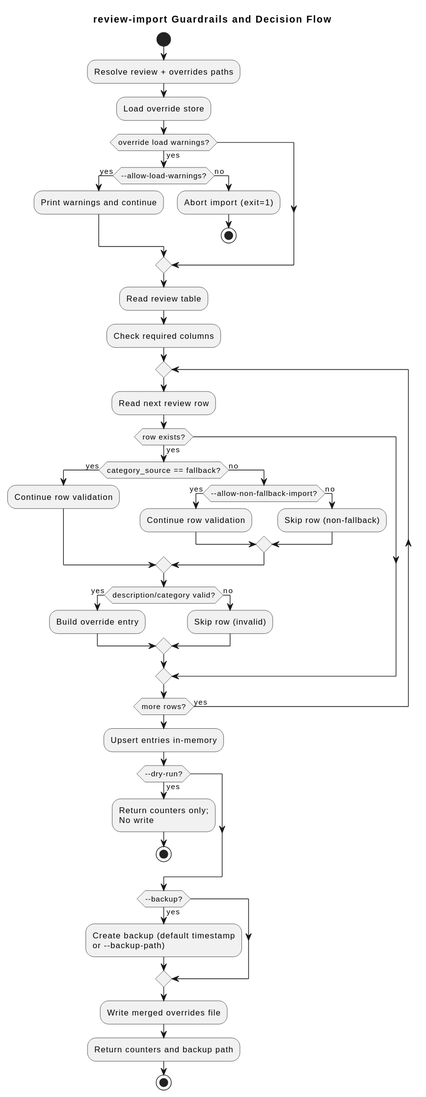
The PlantUML diagram docs/diagrams/categorization_review_import_guardrails.svg in JayTeeBat/FinanceTooling, before a commit. The source it was exported from:
```plantuml
@startuml
title review-import Guardrails and Decision Flow

start
:Resolve review + overrides paths;
:Load override store;

if (override load warnings?) then (yes)
  if (--allow-load-warnings?) then (yes)
    :Print warnings and continue;
  else (no)
    :Abort import (exit=1);
    stop
  endif
endif

:Read review table;
:Check required columns;

repeat
  :Read next review row;
  if (row exists?) then (yes)
    if (category_source == fallback?) then (yes)
      :Continue row validation;
    else (no)
      if (--allow-non-fallback-import?) then (yes)
        :Continue row validation;
      else (no)
        :Skip row (non-fallback);
      endif
    endif
    if (description/category valid?) then (yes)
      :Build override entry;
    else (no)
      :Skip row (invalid);
    endif
  endif
repeat while (more rows?) is (yes)

:Upsert entries in-memory;
if (--dry-run?) then (yes)
  :Return counters only;\nNo write;
  stop
endif

if (--backup?) then (yes)
  :Create backup (default timestamp\nor --backup-path);
endif

:Write merged overrides file;
:Return counters and backup path;
stop
@enduml
```
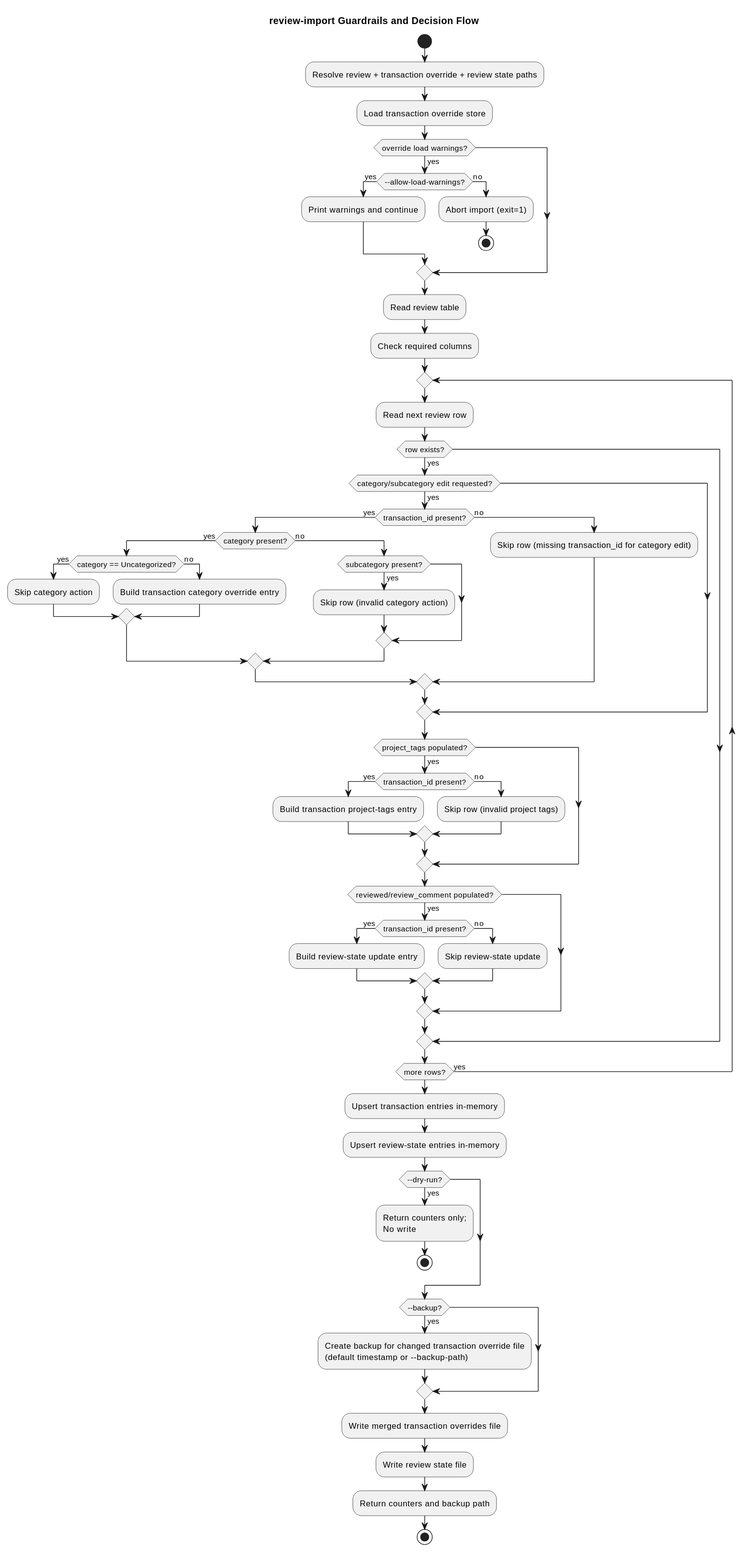
After the commit.

Change to the diagram source:
```diff
@@ -2,8 +2,8 @@
 title review-import Guardrails and Decision Flow
 
 start
-:Resolve review + overrides paths;
-:Load override store;
+:Resolve review + transaction override + review state paths;
+:Load transaction override store;
 
 if (override load warnings?) then (yes)
   if (--allow-load-warnings?) then (yes)
@@ -20,34 +20,55 @@
 repeat
   :Read next review row;
   if (row exists?) then (yes)
-    if (category_source == fallback?) then (yes)
-      :Continue row validation;
-    else (no)
-      if (--allow-non-fallback-import?) then (yes)
-        :Continue row validation;
+    if (category/subcategory edit requested?) then (yes)
+      if (transaction_id present?) then (yes)
+        if (category present?) then (yes)
+          if (category == Uncategorized?) then (yes)
+            :Skip category action;
+          else (no)
+            :Build transaction category override entry;
+          endif
+        else (no)
+          if (subcategory present?) then (yes)
+            :Skip row (invalid category action);
+          endif
+        endif
       else (no)
-        :Skip row (non-fallback);
+        :Skip row (missing transaction_id for category edit);
       endif
     endif
-    if (description/category valid?) then (yes)
-      :Build override entry;
-    else (no)
-      :Skip row (invalid);
+
+    if (project_tags populated?) then (yes)
+      if (transaction_id present?) then (yes)
+        :Build transaction project-tags entry;
+      else (no)
+        :Skip row (invalid project tags);
+      endif
+    endif
+
+    if (reviewed/review_comment populated?) then (yes)
+      if (transaction_id present?) then (yes)
+        :Build review-state update entry;
+      else (no)
+        :Skip review-state update;
+      endif
     endif
   endif
 repeat while (more rows?) is (yes)
 
-:Upsert entries in-memory;
+:Upsert transaction entries in-memory;
+:Upsert review-state entries in-memory;
 if (--dry-run?) then (yes)
   :Return counters only;\nNo write;
   stop
 endif
 
 if (--backup?) then (yes)
-  :Create backup (default timestamp\nor --backup-path);
+  :Create backup for changed transaction override file\n(default timestamp or --backup-path);
 endif
 
-:Write merged overrides file;
+:Write merged transaction overrides file;
+:Write review state file;
 :Return counters and backup path;
 stop
 @enduml
```
